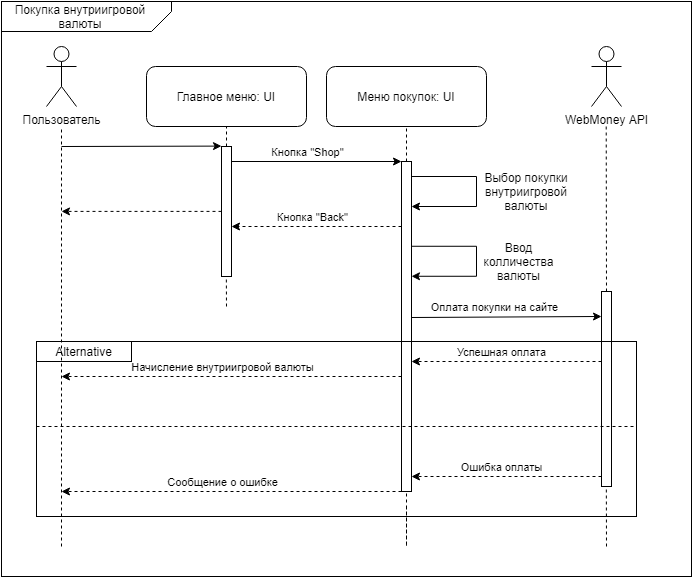
Earlier version of the draw.io export documentation/UML/Sequence/ActivityDiag2.png (Vorobeyyyyyy/DinoMayhem). Source tidied: cells renumbered, new cells last; positions are measured from the earlier drawing's top-left corner, leaving out a move shared by most shapes.
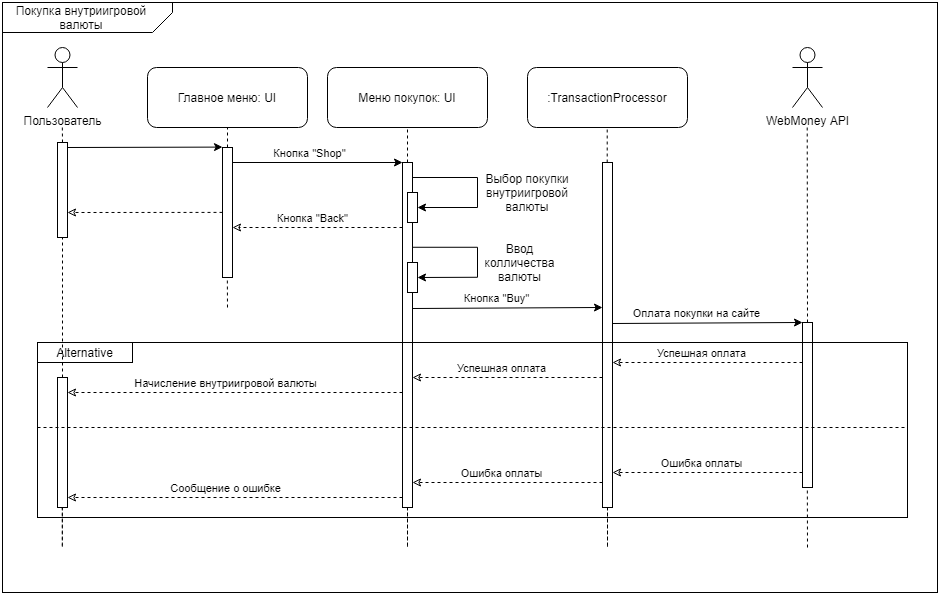
Later version of the same file.

The edit, as a diff of the source:
```diff
@@ -3,10 +3,10 @@
     <mxCell id="0" />
     <mxCell id="1" parent="0" />
     <mxCell id="2" style="rounded=0;whiteSpace=wrap;html=1;fillColor=none;" parent="1" vertex="1">
-      <mxGeometry x="35" y="340" width="600" height="175" as="geometry" />
+      <mxGeometry x="35" y="340" width="870" height="175" as="geometry" />
     </mxCell>
     <mxCell id="3" style="rounded=0;whiteSpace=wrap;html=1;fillColor=none;" parent="1" vertex="1">
-      <mxGeometry width="690" height="575" as="geometry" />
+      <mxGeometry width="935" height="590" as="geometry" />
     </mxCell>
     <mxCell id="4" style="shape=card;whiteSpace=wrap;html=1;rotation=-180;size=20;fillColor=none;rounded=0;shadow=0;arcSize=20;" parent="1" vertex="1">
       <mxGeometry width="170" height="30" as="geometry" />
@@ -35,12 +35,12 @@
       </mxGeometry>
     </mxCell>
     <mxCell id="11" style="rounded=0;whiteSpace=wrap;html=1;fillColor=none;" parent="1" vertex="1">
-      <mxGeometry x="400" y="160" width="10" height="330" as="geometry" />
+      <mxGeometry x="400" y="160" width="10" height="345" as="geometry" />
     </mxCell>
     <mxCell id="12" style="endArrow=classic;html=1;exitX=1;exitY=0;exitDx=0;exitDy=0;" parent="1" edge="1">
       <mxGeometry relative="1" as="geometry">
-        <mxPoint x="410" y="316" as="sourcePoint" />
-        <mxPoint x="600" y="315" as="targetPoint" />
+        <mxPoint x="610" y="321" as="sourcePoint" />
+        <mxPoint x="800" y="320" as="targetPoint" />
       </mxGeometry>
     </mxCell>
     <mxCell id="13" value="Оплата покупки на сайте" style="edgeLabel;html=1;align=center;verticalAlign=middle;" parent="12" vertex="1">
@@ -64,17 +64,17 @@
     </mxCell>
     <mxCell id="17" style="endArrow=none;dashed=1;html=1;" parent="1" edge="1">
       <mxGeometry relative="1" as="geometry">
-        <mxPoint x="60" y="545" as="sourcePoint" />
-        <mxPoint x="60" y="125" as="targetPoint" />
+        <mxPoint x="60" y="375" as="sourcePoint" />
+        <mxPoint x="60" y="235" as="targetPoint" />
       </mxGeometry>
     </mxCell>
     <mxCell id="18" style="endArrow=classic;html=1;" parent="1" edge="1">
       <mxGeometry relative="1" as="geometry">
-        <mxPoint x="60" y="145" as="sourcePoint" />
+        <mxPoint x="65" y="145" as="sourcePoint" />
         <mxPoint x="220" y="144.6" as="targetPoint" />
       </mxGeometry>
     </mxCell>
-    <mxCell id="19" style="endArrow=classic;html=1;dashed=1;" parent="1" edge="1">
+    <mxCell id="19" style="endArrow=classic;html=1;dashed=1;endFill=0;" parent="1" edge="1">
       <mxGeometry relative="1" as="geometry">
         <mxPoint x="400" y="225" as="sourcePoint" />
         <mxPoint x="230" y="225" as="targetPoint" />
@@ -85,10 +85,10 @@
         <mxPoint y="-10" as="offset" />
       </mxGeometry>
     </mxCell>
-    <mxCell id="21" style="endArrow=classic;html=1;dashed=1;" parent="1" edge="1">
+    <mxCell id="21" style="endArrow=classic;html=1;dashed=1;endFill=0;" parent="1" edge="1">
       <mxGeometry relative="1" as="geometry">
-        <mxPoint x="600" y="360" as="sourcePoint" />
-        <mxPoint x="410" y="360" as="targetPoint" />
+        <mxPoint x="800" y="360" as="sourcePoint" />
+        <mxPoint x="610" y="360" as="targetPoint" />
       </mxGeometry>
     </mxCell>
     <mxCell id="22" value="Успешная оплата" style="edgeLabel;html=1;align=center;verticalAlign=middle;" parent="21" vertex="1">
@@ -96,10 +96,10 @@
         <mxPoint y="-10" as="offset" />
       </mxGeometry>
     </mxCell>
-    <mxCell id="23" style="endArrow=classic;html=1;dashed=1;" parent="1" edge="1">
+    <mxCell id="23" style="endArrow=classic;html=1;dashed=1;endFill=0;" parent="1" edge="1">
       <mxGeometry relative="1" as="geometry">
         <mxPoint x="220" y="209.9" as="sourcePoint" />
-        <mxPoint x="60" y="209.9" as="targetPoint" />
+        <mxPoint x="65" y="210" as="targetPoint" />
       </mxGeometry>
     </mxCell>
     <mxCell id="24" style="endArrow=none;dashed=1;html=1;entryX=0.5;entryY=1;entryDx=0;entryDy=0;" parent="1" edge="1">
@@ -111,25 +111,24 @@
     <mxCell id="25" style="endArrow=none;dashed=1;html=1;" parent="1" edge="1">
       <mxGeometry relative="1" as="geometry">
         <mxPoint x="405" y="505" as="sourcePoint" />
-        <mxPoint x="405" y="490" as="targetPoint" />
+        <mxPoint x="405" y="505" as="targetPoint" />
         <Array as="points">
           <mxPoint x="405" y="550" />
         </Array>
       </mxGeometry>
     </mxCell>
     <mxCell id="26" value="WebMoney API" style="shape=umlActor;verticalLabelPosition=bottom;verticalAlign=top;html=1;" parent="1" vertex="1">
-      <mxGeometry x="590" y="45" width="30" height="60" as="geometry" />
+      <mxGeometry x="790" y="45" width="30" height="60" as="geometry" />
     </mxCell>
     <mxCell id="27" style="endArrow=none;dashed=1;html=1;entryX=0.5;entryY=1;entryDx=0;entryDy=0;" parent="1" edge="1">
       <mxGeometry relative="1" as="geometry">
-        <mxPoint x="605" y="290" as="sourcePoint" />
-        <mxPoint x="604.7" y="125" as="targetPoint" />
+        <mxPoint x="805" y="320" as="sourcePoint" />
+        <mxPoint x="804.7" y="125" as="targetPoint" />
       </mxGeometry>
     </mxCell>
-    <mxCell id="28" style="endArrow=classic;html=1;" parent="1" edge="1">
+    <mxCell id="28" style="endArrow=classic;html=1;entryX=1;entryY=0.5;entryDx=0;entryDy=0;" parent="1" edge="1" target="46">
       <mxGeometry relative="1" as="geometry">
         <mxPoint x="475" y="205" as="sourcePoint" />
-        <mxPoint x="410" y="205" as="targetPoint" />
       </mxGeometry>
     </mxCell>
     <mxCell id="29" style="endArrow=none;html=1;" parent="1" edge="1">
@@ -147,7 +146,7 @@
     <mxCell id="31" style="endArrow=classic;html=1;" parent="1" edge="1">
       <mxGeometry relative="1" as="geometry">
         <mxPoint x="475" y="274.8" as="sourcePoint" />
-        <mxPoint x="410" y="274.8" as="targetPoint" />
+        <mxPoint x="415" y="275" as="targetPoint" />
       </mxGeometry>
     </mxCell>
     <mxCell id="32" style="endArrow=none;html=1;" parent="1" edge="1">
@@ -169,12 +168,12 @@
       <mxGeometry x="480" y="230" width="75" height="60" as="geometry" />
     </mxCell>
     <mxCell id="36" style="rounded=0;whiteSpace=wrap;html=1;fillColor=none;" parent="1" vertex="1">
-      <mxGeometry x="600" y="290" width="10" height="195" as="geometry" />
+      <mxGeometry x="800" y="320" width="10" height="165" as="geometry" />
     </mxCell>
-    <mxCell id="37" style="endArrow=classic;html=1;dashed=1;" parent="1" edge="1">
+    <mxCell id="37" style="endArrow=classic;html=1;dashed=1;endFill=0;" parent="1" edge="1">
       <mxGeometry relative="1" as="geometry">
-        <mxPoint x="600" y="475" as="sourcePoint" />
-        <mxPoint x="410" y="475" as="targetPoint" />
+        <mxPoint x="800" y="470" as="sourcePoint" />
+        <mxPoint x="610" y="470" as="targetPoint" />
       </mxGeometry>
     </mxCell>
     <mxCell id="38" value="Ошибка оплаты" style="edgeLabel;html=1;align=center;verticalAlign=middle;" parent="37" vertex="1">
@@ -184,20 +183,20 @@
     </mxCell>
     <mxCell id="39" style="endArrow=none;dashed=1;html=1;" parent="1" edge="1">
       <mxGeometry relative="1" as="geometry">
-        <mxPoint x="605" y="545" as="sourcePoint" />
-        <mxPoint x="604.8" y="485" as="targetPoint" />
+        <mxPoint x="805" y="545" as="sourcePoint" />
+        <mxPoint x="804.8" y="485" as="targetPoint" />
       </mxGeometry>
     </mxCell>
     <mxCell id="40" style="endArrow=none;dashed=1;html=1;" parent="1" edge="1">
       <mxGeometry relative="1" as="geometry">
         <mxPoint x="35" y="425" as="sourcePoint" />
-        <mxPoint x="635" y="425" as="targetPoint" />
+        <mxPoint x="905" y="425" as="targetPoint" />
       </mxGeometry>
     </mxCell>
-    <mxCell id="41" style="endArrow=classic;html=1;dashed=1;" parent="1" edge="1">
+    <mxCell id="41" style="endArrow=classic;html=1;dashed=1;endFill=0;" parent="1" edge="1">
       <mxGeometry relative="1" as="geometry">
-        <mxPoint x="400" y="490" as="sourcePoint" />
-        <mxPoint x="60" y="490" as="targetPoint" />
+        <mxPoint x="400" y="495" as="sourcePoint" />
+        <mxPoint x="65" y="495" as="targetPoint" />
       </mxGeometry>
     </mxCell>
     <mxCell id="42" value="Сообщение о ошибке" style="edgeLabel;html=1;align=center;verticalAlign=middle;" parent="41" vertex="1">
@@ -205,10 +204,10 @@
         <mxPoint y="-10" as="offset" />
       </mxGeometry>
     </mxCell>
-    <mxCell id="43" style="endArrow=classic;html=1;dashed=1;" parent="1" edge="1">
+    <mxCell id="43" style="endArrow=classic;html=1;dashed=1;endFill=0;" parent="1" edge="1">
       <mxGeometry relative="1" as="geometry">
-        <mxPoint x="400" y="375" as="sourcePoint" />
-        <mxPoint x="60" y="375" as="targetPoint" />
+        <mxPoint x="400" y="390" as="sourcePoint" />
+        <mxPoint x="65" y="390" as="targetPoint" />
       </mxGeometry>
     </mxCell>
     <mxCell id="44" value="Начисление внутриигровой валюты" style="edgeLabel;html=1;align=center;verticalAlign=middle;" parent="43" vertex="1">
@@ -219,5 +218,86 @@
     <mxCell id="45" value="Alternative" style="rounded=0;whiteSpace=wrap;html=1;fillColor=none;" parent="1" vertex="1">
       <mxGeometry x="35" y="340" width="95" height="20" as="geometry" />
     </mxCell>
+    <mxCell id="46" style="rounded=0;whiteSpace=wrap;html=1;" parent="1" vertex="1">
+      <mxGeometry x="405" y="190" width="10" height="30" as="geometry" />
+    </mxCell>
+    <mxCell id="47" style="rounded=0;whiteSpace=wrap;html=1;" parent="1" vertex="1">
+      <mxGeometry x="405" y="260" width="10" height="30" as="geometry" />
+    </mxCell>
+    <mxCell id="48" value=":TransactionProcessor" style="rounded=1;whiteSpace=wrap;html=1;" parent="1" vertex="1">
+      <mxGeometry x="525" y="65" width="160" height="60" as="geometry" />
+    </mxCell>
+    <mxCell id="49" style="rounded=0;whiteSpace=wrap;html=1;fillColor=none;" parent="1" vertex="1">
+      <mxGeometry x="600" y="160" width="10" height="345" as="geometry" />
+    </mxCell>
+    <mxCell id="50" style="endArrow=none;dashed=1;html=1;" parent="1" edge="1">
+      <mxGeometry relative="1" as="geometry">
+        <mxPoint x="605" y="505" as="sourcePoint" />
+        <mxPoint x="605" y="505" as="targetPoint" />
+        <Array as="points">
+          <mxPoint x="605" y="550" />
+        </Array>
+      </mxGeometry>
+    </mxCell>
+    <mxCell id="51" style="endArrow=none;dashed=1;html=1;entryX=0.5;entryY=1;entryDx=0;entryDy=0;exitX=0.5;exitY=0;exitDx=0;exitDy=0;" parent="1" edge="1">
+      <mxGeometry relative="1" as="geometry">
+        <mxPoint x="604.7" y="160" as="sourcePoint" />
+        <mxPoint x="604.7" y="125" as="targetPoint" />
+      </mxGeometry>
+    </mxCell>
+    <mxCell id="52" style="endArrow=classic;html=1;exitX=1;exitY=0;exitDx=0;exitDy=0;" parent="1" edge="1">
+      <mxGeometry relative="1" as="geometry">
+        <mxPoint x="410" y="306" as="sourcePoint" />
+        <mxPoint x="600" y="305" as="targetPoint" />
+      </mxGeometry>
+    </mxCell>
+    <mxCell id="53" value="Кнопка &quot;Buy&quot;" style="edgeLabel;html=1;align=center;verticalAlign=middle;" parent="52" vertex="1">
+      <mxGeometry x="-0.29" y="1" relative="1" as="geometry">
+        <mxPoint x="14.8" y="-9" as="offset" />
+      </mxGeometry>
+    </mxCell>
+    <mxCell id="54" style="endArrow=classic;html=1;dashed=1;endFill=0;" parent="1" edge="1">
+      <mxGeometry relative="1" as="geometry">
+        <mxPoint x="600" y="480" as="sourcePoint" />
+        <mxPoint x="410" y="480" as="targetPoint" />
+      </mxGeometry>
+    </mxCell>
+    <mxCell id="55" value="Ошибка оплаты" style="edgeLabel;html=1;align=center;verticalAlign=middle;" parent="54" vertex="1">
+      <mxGeometry x="0.06" relative="1" as="geometry">
+        <mxPoint y="-10" as="offset" />
+      </mxGeometry>
+    </mxCell>
+    <mxCell id="56" style="endArrow=classic;html=1;dashed=1;endFill=0;" parent="1" edge="1">
+      <mxGeometry relative="1" as="geometry">
+        <mxPoint x="600" y="375" as="sourcePoint" />
+        <mxPoint x="410" y="375" as="targetPoint" />
+      </mxGeometry>
+    </mxCell>
+    <mxCell id="57" value="Успешная оплата" style="edgeLabel;html=1;align=center;verticalAlign=middle;" parent="56" vertex="1">
+      <mxGeometry x="0.06" relative="1" as="geometry">
+        <mxPoint y="-10" as="offset" />
+      </mxGeometry>
+    </mxCell>
+    <mxCell id="58" style="rounded=0;whiteSpace=wrap;html=1;fillColor=none;" parent="1" vertex="1">
+      <mxGeometry x="55" y="375" width="10" height="130" as="geometry" />
+    </mxCell>
+    <mxCell id="59" style="endArrow=none;dashed=1;html=1;" parent="1" edge="1">
+      <mxGeometry relative="1" as="geometry">
+        <mxPoint x="59.8" y="505" as="sourcePoint" />
+        <mxPoint x="59.8" y="505" as="targetPoint" />
+        <Array as="points">
+          <mxPoint x="59.8" y="550" />
+        </Array>
+      </mxGeometry>
+    </mxCell>
+    <mxCell id="60" style="rounded=0;whiteSpace=wrap;html=1;fillColor=none;" parent="1" vertex="1">
+      <mxGeometry x="55" y="140" width="10" height="95" as="geometry" />
+    </mxCell>
+    <mxCell id="61" style="endArrow=none;dashed=1;html=1;entryX=0.5;entryY=1;entryDx=0;entryDy=0;" parent="1" edge="1">
+      <mxGeometry relative="1" as="geometry">
+        <mxPoint x="60" y="140" as="sourcePoint" />
+        <mxPoint x="59.8" y="125" as="targetPoint" />
+      </mxGeometry>
+    </mxCell>
   </root>
 </mxGraphModel>
```
